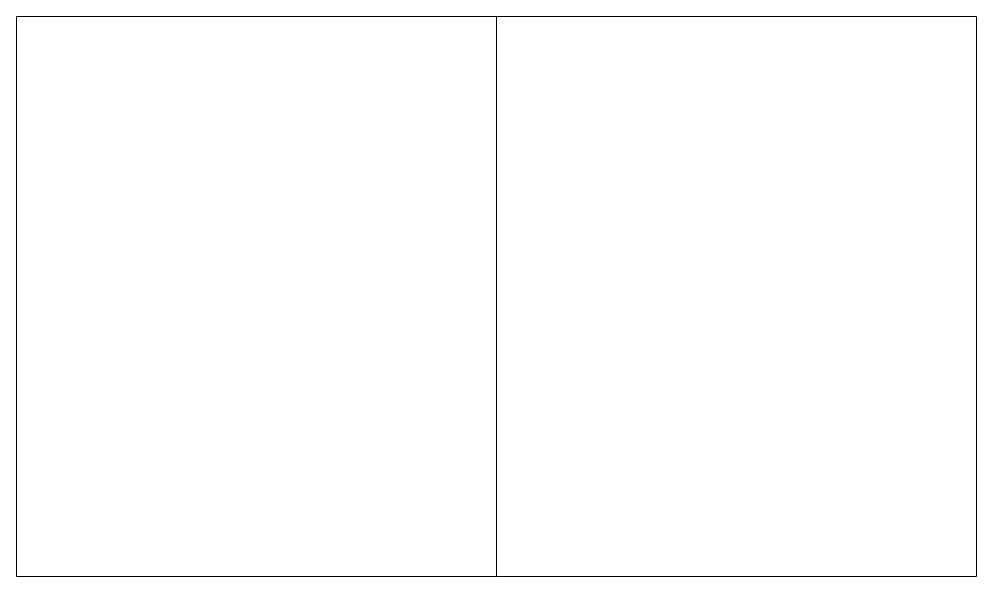
Above: LLSI/未命名绘图.drawio in 0573xieguojia/To-program (draw.io), before the change. Source tidied: cells renumbered, new cells numbered last; positions are measured from the earlier drawing's top-left corner, leaving out a move shared by most shapes. Both pictures are drawn from the tidied source at 100%, with x=0, y=0 at pixel (16, 16).
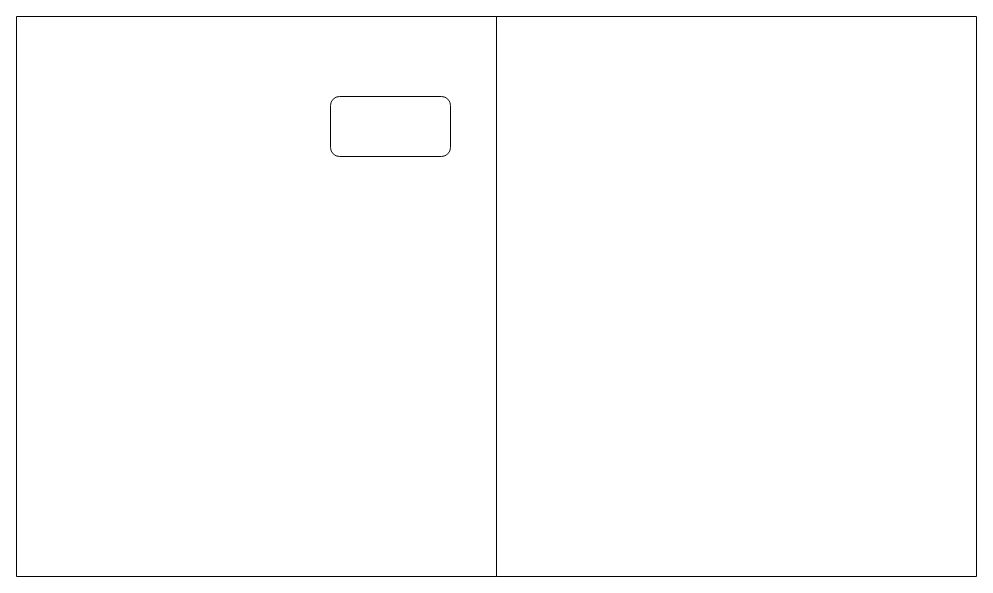
After the change.

Commit message (it also covers changes not shown here):
更新未命名绘图.drawio

Diff of the diagram source:
```diff
@@
 <mxGraphModel>
   <root>
     <mxCell id="0" />
     <mxCell id="1" parent="0" />
     <mxCell id="2" style="swimlane;startSize=0;" parent="1" vertex="1">
       <mxGeometry width="480" height="560" as="geometry" />
     </mxCell>
+    <mxCell id="4" style="rounded=1;whiteSpace=wrap;html=1;" parent="2" vertex="1">
+      <mxGeometry x="314" y="80" width="120" height="60" as="geometry" />
+    </mxCell>
     <mxCell id="3" style="swimlane;startSize=0;" parent="1" vertex="1">
       <mxGeometry x="480" width="480" height="560" as="geometry" />
     </mxCell>
   </root>
 </mxGraphModel>
```
